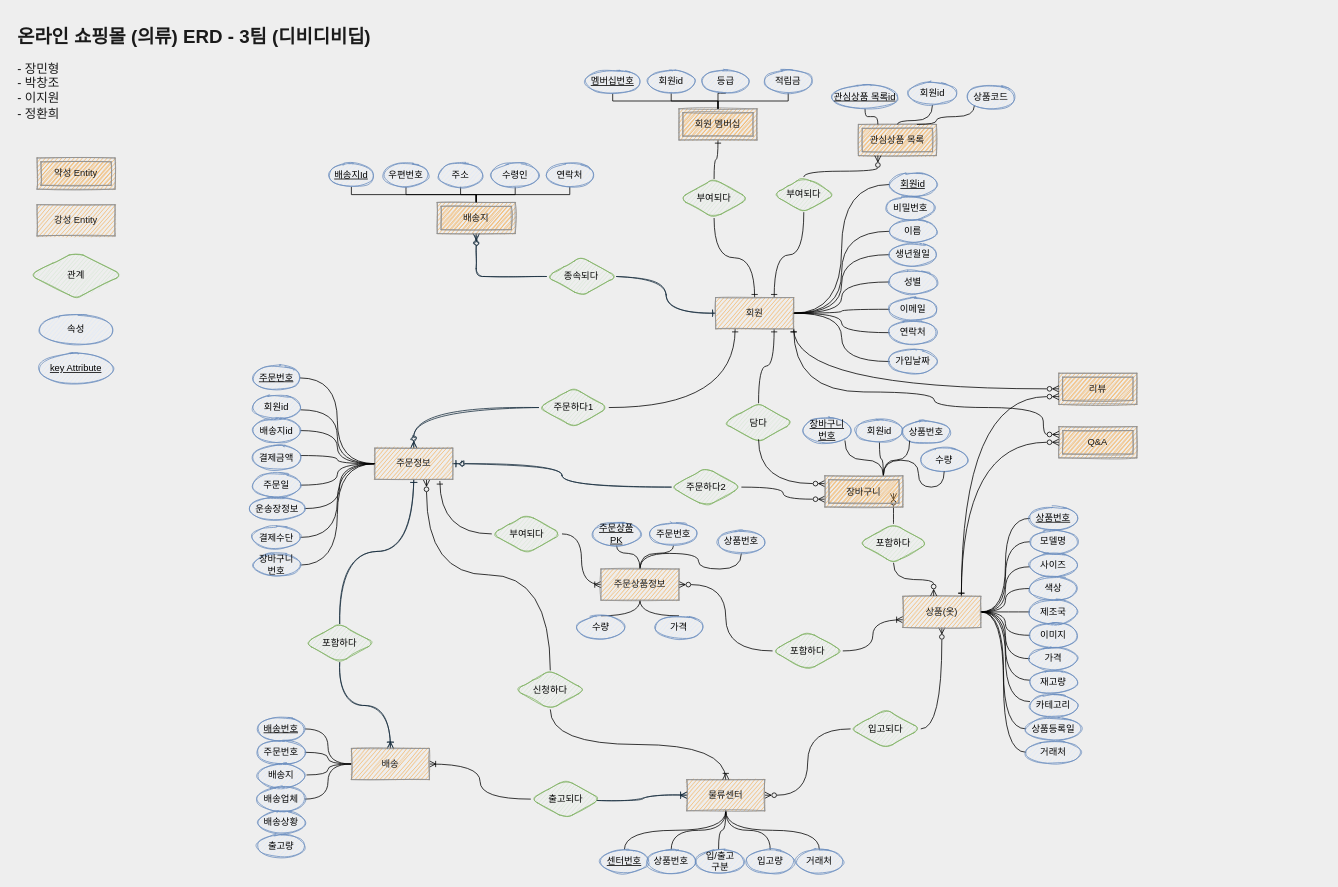
This is page "페이지-2" (2 of 3) of Untitled Diagram.drawio from pcjo1202/DataBase-design, a draw.io file, before an edit. Source tidied: cells renumbered, new cells numbered last; positions are measured from the earlier drawing's top-left corner, leaving out a move shared by most shapes. Both pictures are drawn from the tidied source at 78%, with x=0, y=0 at pixel (13, 21).
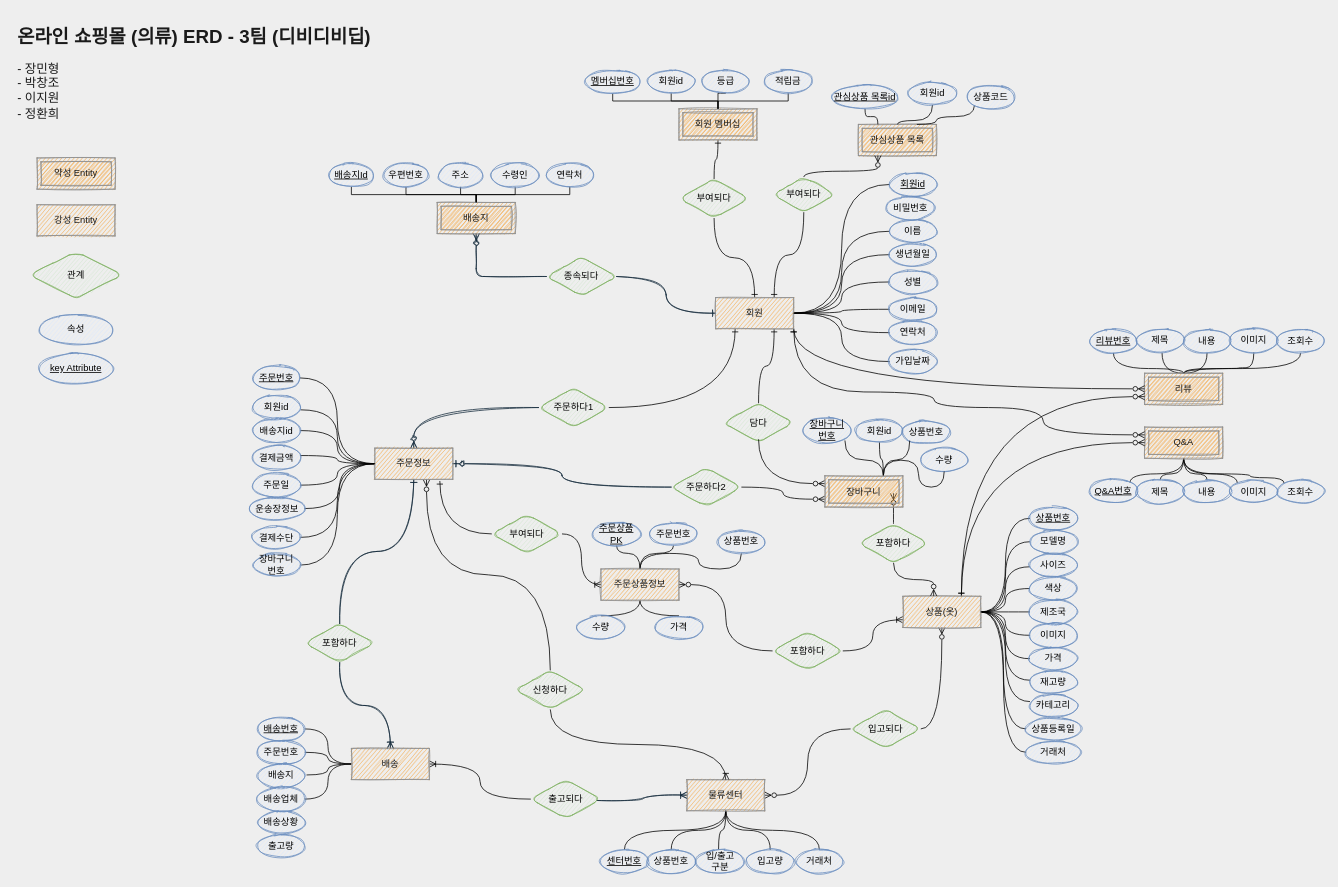
After the change.

Diff of the diagram source:
```diff
@@
+    <mxCell id="179" style="edgeStyle=orthogonalEdgeStyle;curved=1;jettySize=auto;html=1;exitX=0.5;exitY=0;exitDx=0;exitDy=0;entryX=0.538;entryY=1.025;entryDx=0;entryDy=0;entryPerimeter=0;startArrow=none;startFill=0;endArrow=none;endFill=0;" parent="1" edge="1" source="32" target="190">
+      <mxGeometry relative="1" as="geometry" />
+    </mxCell>
+    <mxCell id="180" style="edgeStyle=orthogonalEdgeStyle;curved=1;jettySize=auto;html=1;exitX=0.5;exitY=0;exitDx=0;exitDy=0;entryX=0.5;entryY=1;entryDx=0;entryDy=0;startArrow=none;startFill=0;endArrow=none;endFill=0;" parent="1" edge="1" source="32" target="191">
+      <mxGeometry relative="1" as="geometry" />
+    </mxCell>
+    <mxCell id="181" style="edgeStyle=orthogonalEdgeStyle;curved=1;jettySize=auto;html=1;exitX=0.5;exitY=0;exitDx=0;exitDy=0;entryX=0.5;entryY=1;entryDx=0;entryDy=0;startArrow=none;startFill=0;endArrow=none;endFill=0;" parent="1" edge="1" source="32" target="189">
+      <mxGeometry relative="1" as="geometry">
+        <Array as="points">
+          <mxPoint x="1500" y="445" />
+          <mxPoint x="1410" y="445" />
+        </Array>
+      </mxGeometry>
+    </mxCell>
+    <mxCell id="182" style="edgeStyle=orthogonalEdgeStyle;curved=1;jettySize=auto;html=1;exitX=0.5;exitY=0;exitDx=0;exitDy=0;entryX=0.5;entryY=1;entryDx=0;entryDy=0;startArrow=none;startFill=0;endArrow=none;endFill=0;" parent="1" edge="1" source="32" target="192">
+      <mxGeometry relative="1" as="geometry">
+        <Array as="points">
+          <mxPoint x="1500" y="445" />
+          <mxPoint x="1570" y="445" />
+          <mxPoint x="1570" y="444" />
+          <mxPoint x="1590" y="444" />
+        </Array>
+      </mxGeometry>
+    </mxCell>
+    <mxCell id="183" style="edgeStyle=orthogonalEdgeStyle;curved=1;jettySize=auto;html=1;exitX=0.5;exitY=0;exitDx=0;exitDy=0;entryX=0.5;entryY=1;entryDx=0;entryDy=0;startArrow=none;startFill=0;endArrow=none;endFill=0;" parent="1" edge="1" source="32" target="197">
+      <mxGeometry relative="1" as="geometry">
+        <Array as="points">
+          <mxPoint x="1500" y="445" />
+          <mxPoint x="1650" y="445" />
+        </Array>
+      </mxGeometry>
+    </mxCell>
     <mxCell id="32" value="리뷰" style="shape=ext;margin=3;double=1;whiteSpace=wrap;html=1;align=center;rounded=0;sketch=1;fontColor=#1A1A1A;strokeColor=#909090;fillColor=#F5AB50;" parent="1" vertex="1">
-      <mxGeometry x="1340" y="451" width="100" height="40" as="geometry" />
+      <mxGeometry x="1450" y="451" width="100" height="40" as="geometry" />
     </mxCell>
+    <mxCell id="184" style="edgeStyle=orthogonalEdgeStyle;curved=1;jettySize=auto;html=1;exitX=0.5;exitY=1;exitDx=0;exitDy=0;entryX=0.5;entryY=0;entryDx=0;entryDy=0;startArrow=none;startFill=0;endArrow=none;endFill=0;" parent="1" edge="1" source="33" target="194">
+      <mxGeometry relative="1" as="geometry" />
+    </mxCell>
+    <mxCell id="185" style="edgeStyle=orthogonalEdgeStyle;curved=1;jettySize=auto;html=1;exitX=0.5;exitY=1;exitDx=0;exitDy=0;startArrow=none;startFill=0;endArrow=none;endFill=0;" parent="1" edge="1" source="33" target="195">
+      <mxGeometry relative="1" as="geometry" />
+    </mxCell>
+    <mxCell id="186" style="edgeStyle=orthogonalEdgeStyle;curved=1;jettySize=auto;html=1;exitX=0.5;exitY=1;exitDx=0;exitDy=0;entryX=0;entryY=0;entryDx=0;entryDy=0;startArrow=none;startFill=0;endArrow=none;endFill=0;" parent="1" edge="1" source="33" target="196">
+      <mxGeometry relative="1" as="geometry" />
+    </mxCell>
+    <mxCell id="187" style="edgeStyle=orthogonalEdgeStyle;curved=1;jettySize=auto;html=1;exitX=0.5;exitY=1;exitDx=0;exitDy=0;entryX=1;entryY=0;entryDx=0;entryDy=0;startArrow=none;startFill=0;endArrow=none;endFill=0;" parent="1" edge="1" source="33" target="193">
+      <mxGeometry relative="1" as="geometry" />
+    </mxCell>
+    <mxCell id="188" style="edgeStyle=orthogonalEdgeStyle;curved=1;jettySize=auto;html=1;exitX=0.5;exitY=1;exitDx=0;exitDy=0;entryX=0;entryY=0;entryDx=0;entryDy=0;startArrow=none;startFill=0;endArrow=none;endFill=0;" parent="1" edge="1" source="33" target="198">
+      <mxGeometry relative="1" as="geometry">
+        <Array as="points">
+          <mxPoint x="1500" y="580" />
+          <mxPoint x="1585" y="580" />
+          <mxPoint x="1585" y="585" />
+          <mxPoint x="1629" y="585" />
+        </Array>
+      </mxGeometry>
+    </mxCell>
     <mxCell id="33" value="Q&amp;amp;A" style="shape=ext;margin=3;double=1;whiteSpace=wrap;html=1;align=center;rounded=0;sketch=1;fontColor=#1A1A1A;strokeColor=#909090;fillColor=#F5AB50;" parent="1" vertex="1">
-      <mxGeometry x="1340" y="519.5" width="100" height="40" as="geometry" />
+      <mxGeometry x="1450" y="520" width="100" height="40" as="geometry" />
     </mxCell>
@@
+    <mxCell id="189" value="리뷰번호" style="ellipse;whiteSpace=wrap;html=1;align=center;fontStyle=4;rounded=0;sketch=1;strokeColor=#6c8ebf;fillColor=#dae8fc;" parent="1" vertex="1">
+      <mxGeometry x="1380" y="395" width="60" height="30" as="geometry" />
+    </mxCell>
+    <mxCell id="190" value="제목" style="ellipse;whiteSpace=wrap;html=1;align=center;rounded=0;sketch=1;strokeColor=#6c8ebf;fillColor=#dae8fc;" parent="1" vertex="1">
+      <mxGeometry x="1440" y="394" width="60" height="30" as="geometry" />
+    </mxCell>
+    <mxCell id="191" value="내용" style="ellipse;whiteSpace=wrap;html=1;align=center;rounded=0;sketch=1;strokeColor=#6c8ebf;fillColor=#dae8fc;" parent="1" vertex="1">
+      <mxGeometry x="1500" y="395" width="60" height="30" as="geometry" />
+    </mxCell>
+    <mxCell id="192" value="이미지" style="ellipse;whiteSpace=wrap;html=1;align=center;rounded=0;sketch=1;strokeColor=#6c8ebf;fillColor=#dae8fc;" parent="1" vertex="1">
+      <mxGeometry x="1560" y="394" width="60" height="30" as="geometry" />
+    </mxCell>
+    <mxCell id="193" value="Q&amp;amp;A번호" style="ellipse;whiteSpace=wrap;html=1;align=center;fontStyle=4;rounded=0;sketch=1;strokeColor=#6c8ebf;fillColor=#dae8fc;" parent="1" vertex="1">
+      <mxGeometry x="1380" y="587" width="60" height="30" as="geometry" />
+    </mxCell>
+    <mxCell id="194" value="제목" style="ellipse;whiteSpace=wrap;html=1;align=center;rounded=0;sketch=1;strokeColor=#6c8ebf;fillColor=#dae8fc;" parent="1" vertex="1">
+      <mxGeometry x="1440" y="587.5" width="60" height="30" as="geometry" />
+    </mxCell>
+    <mxCell id="195" value="내용" style="ellipse;whiteSpace=wrap;html=1;align=center;rounded=0;sketch=1;strokeColor=#6c8ebf;fillColor=#dae8fc;" parent="1" vertex="1">
+      <mxGeometry x="1500" y="587.5" width="60" height="30" as="geometry" />
+    </mxCell>
+    <mxCell id="196" value="이미지" style="ellipse;whiteSpace=wrap;html=1;align=center;rounded=0;sketch=1;strokeColor=#6c8ebf;fillColor=#dae8fc;" parent="1" vertex="1">
+      <mxGeometry x="1560" y="587.5" width="60" height="30" as="geometry" />
+    </mxCell>
+    <mxCell id="197" value="조회수" style="ellipse;whiteSpace=wrap;html=1;align=center;rounded=0;sketch=1;strokeColor=#6c8ebf;fillColor=#dae8fc;" parent="1" vertex="1">
+      <mxGeometry x="1620" y="395" width="60" height="30" as="geometry" />
+    </mxCell>
+    <mxCell id="198" value="조회수" style="ellipse;whiteSpace=wrap;html=1;align=center;rounded=0;sketch=1;strokeColor=#6c8ebf;fillColor=#dae8fc;" parent="1" vertex="1">
+      <mxGeometry x="1620" y="587.5" width="60" height="30" as="geometry" />
+    </mxCell>
```
